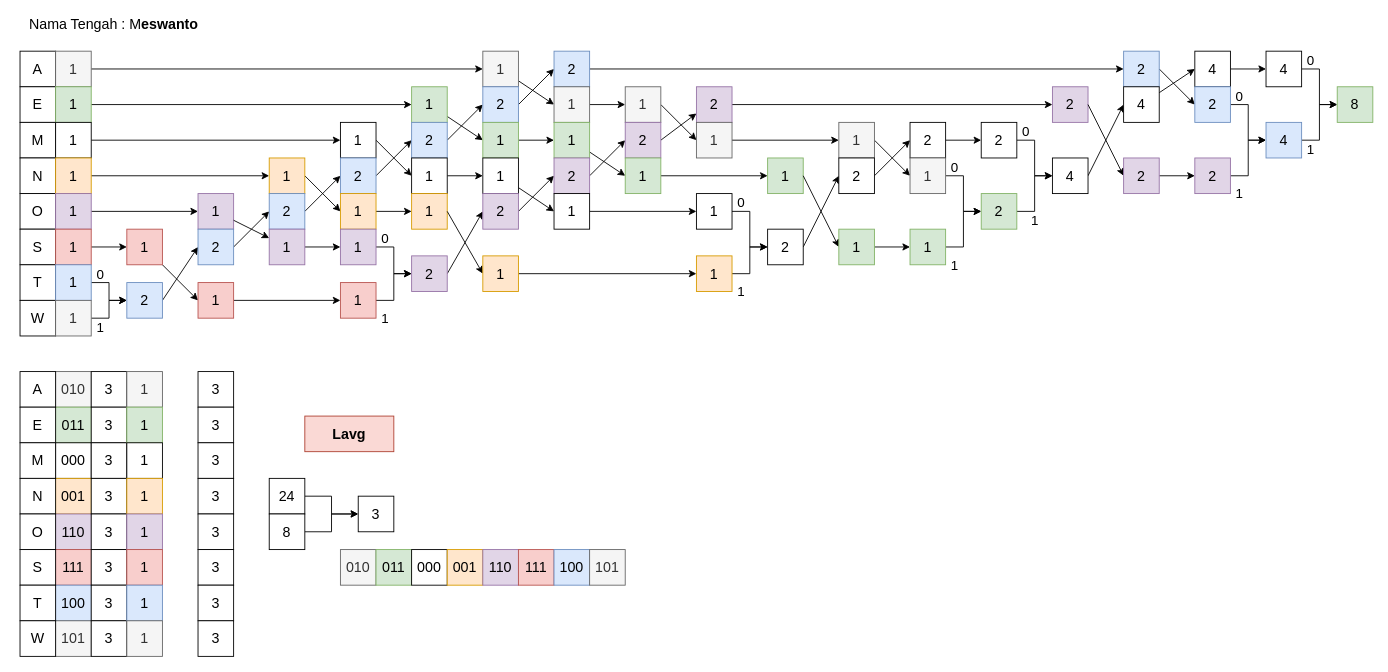
The draw.io diagram page "Ayah" (1 of 2) of prashuffmandua.drawio in lukmanprasetyo/Flowchart-Information-Theory, before the edit. Source tidied: cells renumbered, new cells numbered last; positions are measured from the earlier drawing's top-left corner, leaving out a move shared by most shapes. Both pictures are drawn from the tidied source at 89%, with x=0, y=0 at pixel (20, 15).
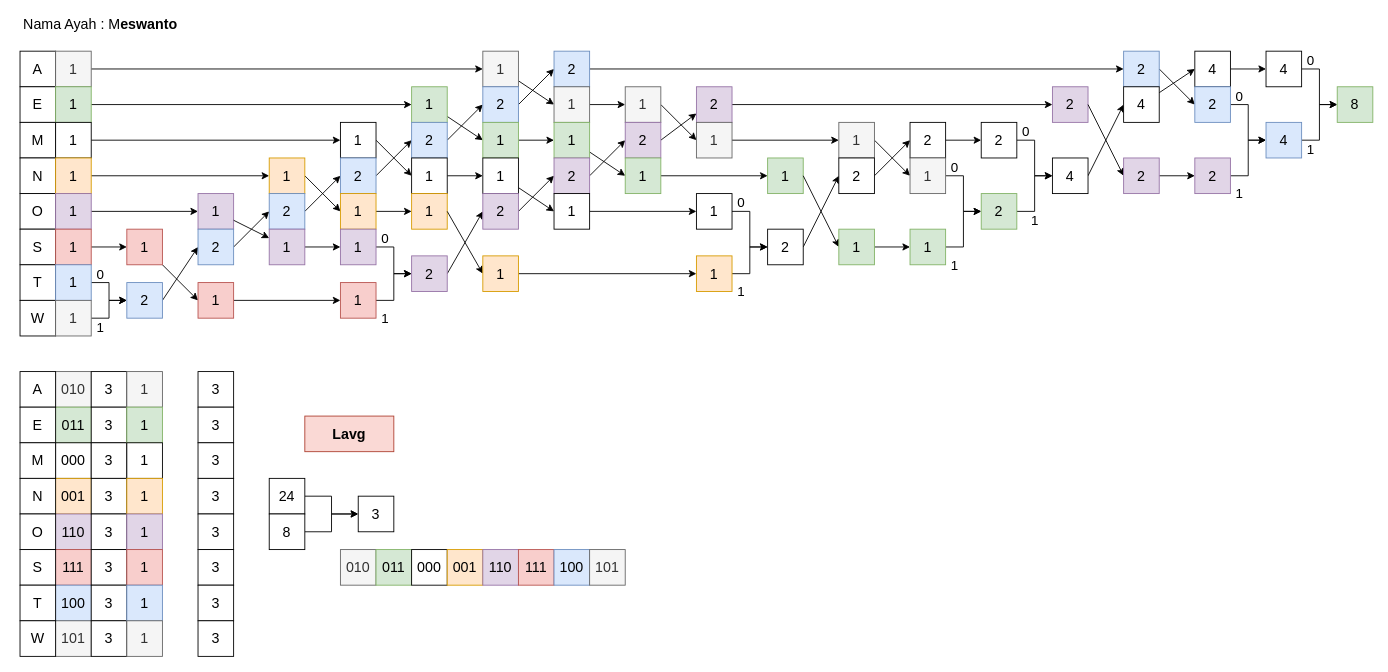
The same diagram, later.

Diff of the diagram source:
```diff
@@
-    <mxCell id="2" value="Nama Tengah : M&lt;b&gt;eswanto&lt;/b&gt;" style="text;html=1;align=center;verticalAlign=middle;fontSize=16;" parent="1" vertex="1">
-      <mxGeometry width="210" height="20" as="geometry" />
+    <mxCell id="2" value="Nama Ayah : M&lt;b&gt;eswanto&lt;/b&gt;" style="text;html=1;align=center;verticalAlign=middle;fontSize=16;" parent="1" vertex="1">
+      <mxGeometry x="-5" width="190" height="20" as="geometry" />
     </mxCell>
```
